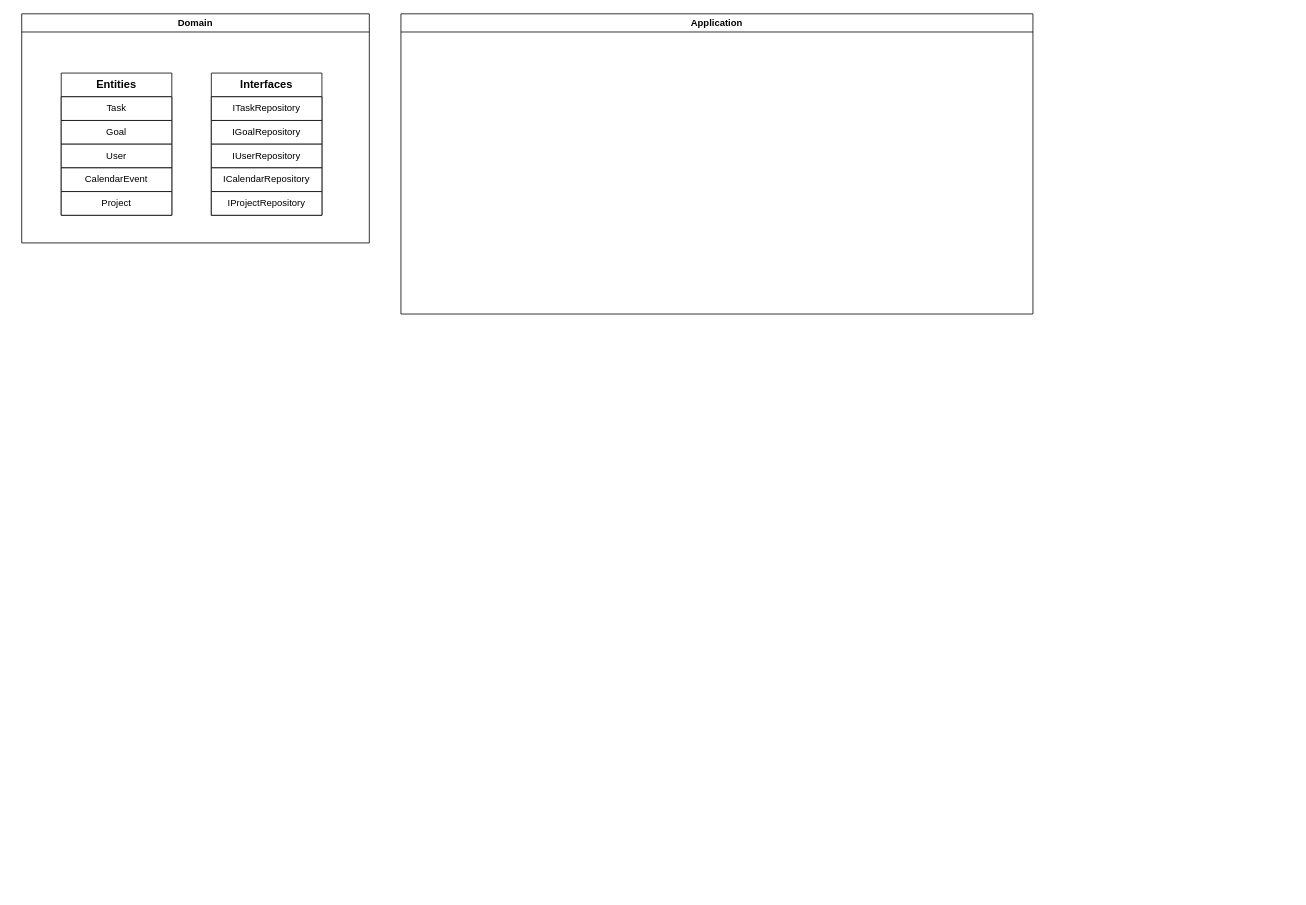
This is Design/ClassDiagram.drawio from mdotpali/ProductivityHub, a draw.io file, before an edit. Source tidied: cells renumbered, new cells numbered last; positions are measured from the earlier drawing's top-left corner, leaving out a move shared by most shapes. Both pictures are drawn from the tidied source at 79%, with x=0, y=0 at pixel (21, 13).
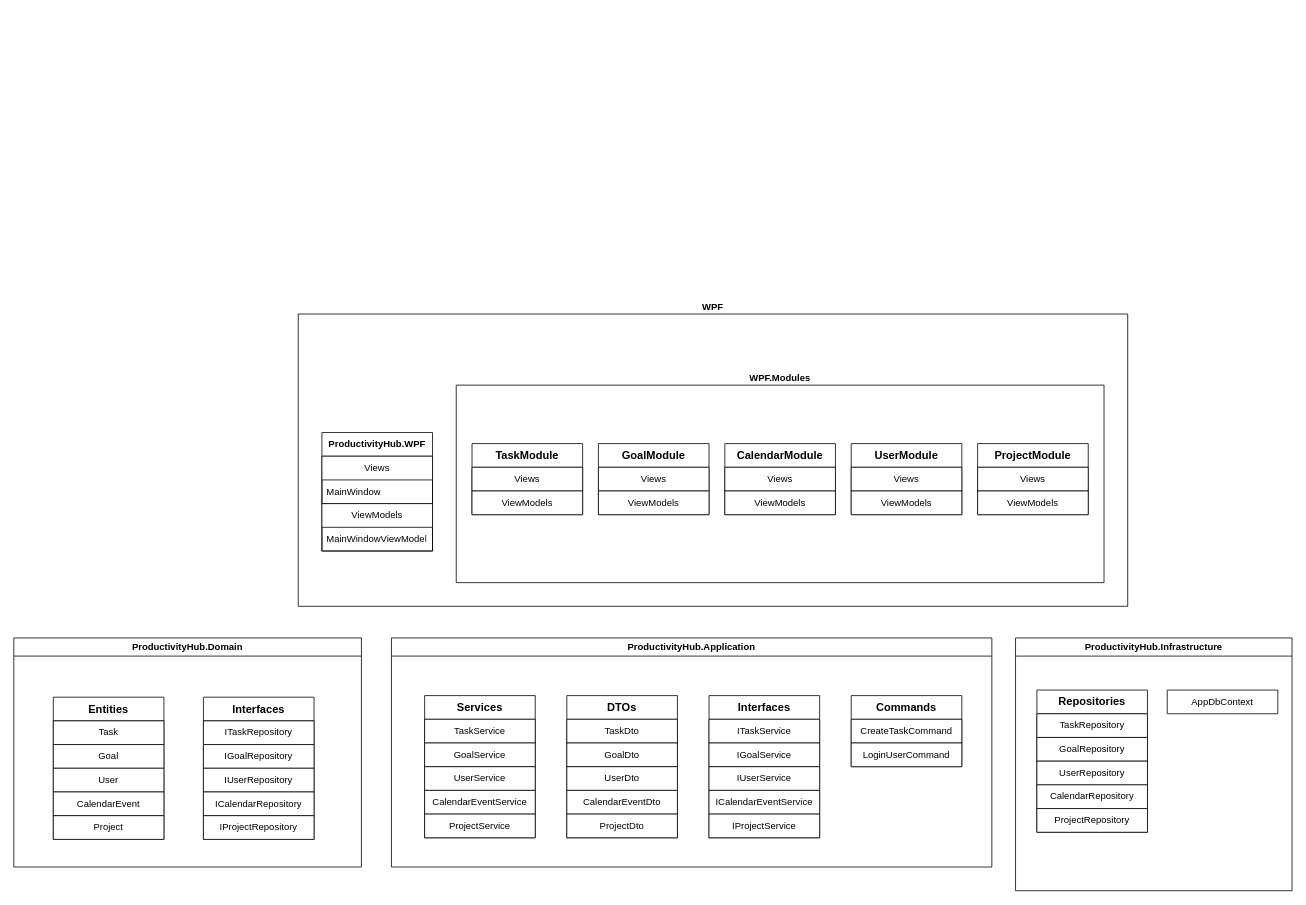
After the change.

Change to the diagram source:
```diff
@@
-    <mxCell id="2" value="Domain" style="swimlane;whiteSpace=wrap;html=1;" parent="1" vertex="1">
-      <mxGeometry width="440" height="290" as="geometry" />
+    <mxCell id="2" value="ProductivityHub.Domain" style="swimlane;whiteSpace=wrap;html=1;" parent="1" vertex="1">
+      <mxGeometry x="-10" y="790" width="440" height="290" as="geometry" />
     </mxCell>
@@
-    <mxCell id="15" value="Application" style="swimlane;whiteSpace=wrap;html=1;" parent="1" vertex="1">
-      <mxGeometry x="480" width="800" height="380" as="geometry" />
+    <mxCell id="15" value="ProductivityHub.Application" style="swimlane;whiteSpace=wrap;html=1;" parent="1" vertex="1">
+      <mxGeometry x="468" y="790" width="760" height="290" as="geometry" />
     </mxCell>
+    <mxCell id="16" value="&lt;font style=&quot;font-size: 14px;&quot;&gt;&lt;b&gt;Services&lt;/b&gt;&lt;/font&gt;" style="swimlane;fontStyle=0;horizontal=1;startSize=30;whiteSpace=wrap;html=1;" parent="15" vertex="1">
+      <mxGeometry x="42" y="73" width="140" height="180" as="geometry" />
+    </mxCell>
+    <mxCell id="17" value="TaskService" style="swimlane;fontStyle=0;horizontal=1;startSize=30;whiteSpace=wrap;html=1;" parent="16" vertex="1" collapsed="1">
+      <mxGeometry y="30" width="140" height="30" as="geometry" />
+    </mxCell>
+    <mxCell id="18" value="GoalService" style="swimlane;fontStyle=0;horizontal=1;startSize=30;whiteSpace=wrap;html=1;" parent="16" vertex="1" collapsed="1">
+      <mxGeometry y="60" width="140" height="30" as="geometry" />
+    </mxCell>
+    <mxCell id="19" value="UserService" style="swimlane;fontStyle=0;horizontal=1;startSize=30;whiteSpace=wrap;html=1;" parent="16" vertex="1" collapsed="1">
+      <mxGeometry y="90" width="140" height="30" as="geometry" />
+    </mxCell>
+    <mxCell id="20" value="CalendarEventService" style="swimlane;fontStyle=0;horizontal=1;startSize=30;whiteSpace=wrap;html=1;" parent="16" vertex="1" collapsed="1">
+      <mxGeometry y="120" width="140" height="30" as="geometry" />
+    </mxCell>
+    <mxCell id="21" value="ProjectService" style="swimlane;fontStyle=0;horizontal=1;startSize=30;whiteSpace=wrap;html=1;" parent="16" vertex="1" collapsed="1">
+      <mxGeometry y="150" width="140" height="30" as="geometry" />
+    </mxCell>
+    <mxCell id="22" value="&lt;font style=&quot;font-size: 14px;&quot;&gt;&lt;b&gt;DTOs&lt;/b&gt;&lt;/font&gt;" style="swimlane;fontStyle=0;horizontal=1;startSize=30;whiteSpace=wrap;html=1;" parent="15" vertex="1">
+      <mxGeometry x="222" y="73" width="140" height="180" as="geometry" />
+    </mxCell>
+    <mxCell id="23" value="TaskDto" style="swimlane;fontStyle=0;horizontal=1;startSize=30;whiteSpace=wrap;html=1;" parent="22" vertex="1" collapsed="1">
+      <mxGeometry y="30" width="140" height="30" as="geometry" />
+    </mxCell>
+    <mxCell id="24" value="GoalDto" style="swimlane;fontStyle=0;horizontal=1;startSize=30;whiteSpace=wrap;html=1;" parent="22" vertex="1" collapsed="1">
+      <mxGeometry y="60" width="140" height="30" as="geometry" />
+    </mxCell>
+    <mxCell id="25" value="UserDto" style="swimlane;fontStyle=0;horizontal=1;startSize=30;whiteSpace=wrap;html=1;" parent="22" vertex="1" collapsed="1">
+      <mxGeometry y="90" width="140" height="30" as="geometry" />
+    </mxCell>
+    <mxCell id="26" value="CalendarEventDto" style="swimlane;fontStyle=0;horizontal=1;startSize=30;whiteSpace=wrap;html=1;" parent="22" vertex="1" collapsed="1">
+      <mxGeometry y="120" width="140" height="30" as="geometry" />
+    </mxCell>
+    <mxCell id="27" value="ProjectDto" style="swimlane;fontStyle=0;horizontal=1;startSize=30;whiteSpace=wrap;html=1;" parent="22" vertex="1" collapsed="1">
+      <mxGeometry y="150" width="140" height="30" as="geometry" />
+    </mxCell>
+    <mxCell id="28" value="&lt;font style=&quot;font-size: 14px;&quot;&gt;&lt;b&gt;Interfaces&lt;/b&gt;&lt;/font&gt;" style="swimlane;fontStyle=0;horizontal=1;startSize=30;whiteSpace=wrap;html=1;" parent="15" vertex="1">
+      <mxGeometry x="402" y="73" width="140" height="180" as="geometry" />
+    </mxCell>
+    <mxCell id="29" value="ITaskService" style="swimlane;fontStyle=0;horizontal=1;startSize=30;whiteSpace=wrap;html=1;" parent="28" vertex="1" collapsed="1">
+      <mxGeometry y="30" width="140" height="30" as="geometry" />
+    </mxCell>
+    <mxCell id="30" value="IGoalService" style="swimlane;fontStyle=0;horizontal=1;startSize=30;whiteSpace=wrap;html=1;" parent="28" vertex="1" collapsed="1">
+      <mxGeometry y="60" width="140" height="30" as="geometry" />
+    </mxCell>
+    <mxCell id="31" value="IUserService" style="swimlane;fontStyle=0;horizontal=1;startSize=30;whiteSpace=wrap;html=1;" parent="28" vertex="1" collapsed="1">
+      <mxGeometry y="90" width="140" height="30" as="geometry" />
+    </mxCell>
+    <mxCell id="32" value="ICalendarEventService" style="swimlane;fontStyle=0;horizontal=1;startSize=30;whiteSpace=wrap;html=1;" parent="28" vertex="1" collapsed="1">
+      <mxGeometry y="120" width="140" height="30" as="geometry" />
+    </mxCell>
+    <mxCell id="33" value="IProjectService" style="swimlane;fontStyle=0;horizontal=1;startSize=30;whiteSpace=wrap;html=1;" parent="28" vertex="1" collapsed="1">
+      <mxGeometry y="150" width="140" height="30" as="geometry" />
+    </mxCell>
+    <mxCell id="34" value="&lt;font style=&quot;font-size: 14px;&quot;&gt;&lt;b&gt;Commands&lt;/b&gt;&lt;/font&gt;" style="swimlane;fontStyle=0;horizontal=1;startSize=30;whiteSpace=wrap;html=1;" parent="15" vertex="1">
+      <mxGeometry x="582" y="73" width="140" height="90" as="geometry" />
+    </mxCell>
+    <mxCell id="35" value="CreateTaskCommand" style="swimlane;fontStyle=0;horizontal=1;startSize=30;whiteSpace=wrap;html=1;" parent="34" vertex="1" collapsed="1">
+      <mxGeometry y="30" width="140" height="30" as="geometry" />
+    </mxCell>
+    <mxCell id="36" value="LoginUserCommand" style="swimlane;fontStyle=0;horizontal=1;startSize=30;whiteSpace=wrap;html=1;" parent="34" vertex="1" collapsed="1">
+      <mxGeometry y="60" width="140" height="30" as="geometry" />
+    </mxCell>
+    <mxCell id="37" value="ProductivityHub.Infrastructure" style="swimlane;whiteSpace=wrap;html=1;" parent="1" vertex="1">
+      <mxGeometry x="1258" y="790" width="350" height="320" as="geometry" />
+    </mxCell>
+    <mxCell id="38" value="&lt;font style=&quot;font-size: 14px;&quot;&gt;&lt;b&gt;Repositories&lt;/b&gt;&lt;/font&gt;" style="swimlane;fontStyle=0;horizontal=1;startSize=30;whiteSpace=wrap;html=1;" parent="37" vertex="1">
+      <mxGeometry x="27" y="66" width="140" height="180" as="geometry" />
+    </mxCell>
+    <mxCell id="39" value="TaskRepository" style="swimlane;fontStyle=0;horizontal=1;startSize=30;whiteSpace=wrap;html=1;" parent="38" vertex="1" collapsed="1">
+      <mxGeometry y="30" width="140" height="30" as="geometry" />
+    </mxCell>
+    <mxCell id="40" value="GoalRepository" style="swimlane;fontStyle=0;horizontal=1;startSize=30;whiteSpace=wrap;html=1;" parent="38" vertex="1" collapsed="1">
+      <mxGeometry y="60" width="140" height="30" as="geometry" />
+    </mxCell>
+    <mxCell id="41" value="UserRepository" style="swimlane;fontStyle=0;horizontal=1;startSize=30;whiteSpace=wrap;html=1;" parent="38" vertex="1" collapsed="1">
+      <mxGeometry y="90" width="140" height="30" as="geometry" />
+    </mxCell>
+    <mxCell id="42" value="CalendarRepository" style="swimlane;fontStyle=0;horizontal=1;startSize=30;whiteSpace=wrap;html=1;" parent="38" vertex="1" collapsed="1">
+      <mxGeometry y="120" width="140" height="30" as="geometry" />
+    </mxCell>
+    <mxCell id="43" value="ProjectRepository" style="swimlane;fontStyle=0;horizontal=1;startSize=30;whiteSpace=wrap;html=1;" parent="38" vertex="1" collapsed="1">
+      <mxGeometry y="150" width="140" height="30" as="geometry" />
+    </mxCell>
+    <mxCell id="44" value="AppDbContext" style="swimlane;fontStyle=0;horizontal=1;startSize=30;whiteSpace=wrap;html=1;" parent="37" vertex="1" collapsed="1">
+      <mxGeometry x="192" y="66" width="140" height="30" as="geometry" />
+    </mxCell>
+    <mxCell id="45" value="WPF.Modules" style="swimlane;startSize=0;labelPosition=center;verticalLabelPosition=top;align=center;verticalAlign=bottom;" parent="1" vertex="1">
+      <mxGeometry x="550" y="470" width="820" height="250" as="geometry" />
+    </mxCell>
+    <mxCell id="46" value="&lt;font style=&quot;font-size: 14px;&quot;&gt;&lt;b&gt;TaskModule&lt;/b&gt;&lt;/font&gt;" style="swimlane;fontStyle=0;horizontal=1;startSize=30;whiteSpace=wrap;html=1;" parent="45" vertex="1">
+      <mxGeometry x="20" y="74" width="140" height="90" as="geometry" />
+    </mxCell>
+    <mxCell id="47" value="Views" style="swimlane;fontStyle=0;horizontal=1;startSize=30;whiteSpace=wrap;html=1;" parent="46" vertex="1" collapsed="1">
+      <mxGeometry y="30" width="140" height="30" as="geometry" />
+    </mxCell>
+    <mxCell id="48" value="ViewModels" style="swimlane;fontStyle=0;horizontal=1;startSize=30;whiteSpace=wrap;html=1;" parent="46" vertex="1" collapsed="1">
+      <mxGeometry y="60" width="140" height="30" as="geometry" />
+    </mxCell>
+    <mxCell id="49" value="&lt;font style=&quot;font-size: 14px;&quot;&gt;&lt;b&gt;GoalModule&lt;/b&gt;&lt;/font&gt;" style="swimlane;fontStyle=0;horizontal=1;startSize=30;whiteSpace=wrap;html=1;" parent="45" vertex="1">
+      <mxGeometry x="180" y="74" width="140" height="90" as="geometry" />
+    </mxCell>
+    <mxCell id="50" value="Views" style="swimlane;fontStyle=0;horizontal=1;startSize=30;whiteSpace=wrap;html=1;" parent="49" vertex="1" collapsed="1">
+      <mxGeometry y="30" width="140" height="30" as="geometry" />
+    </mxCell>
+    <mxCell id="51" value="ViewModels" style="swimlane;fontStyle=0;horizontal=1;startSize=30;whiteSpace=wrap;html=1;" parent="49" vertex="1" collapsed="1">
+      <mxGeometry y="60" width="140" height="30" as="geometry" />
+    </mxCell>
+    <mxCell id="52" value="&lt;font style=&quot;font-size: 14px;&quot;&gt;&lt;b&gt;CalendarModule&lt;/b&gt;&lt;/font&gt;" style="swimlane;fontStyle=0;horizontal=1;startSize=30;whiteSpace=wrap;html=1;" parent="45" vertex="1">
+      <mxGeometry x="340" y="74" width="140" height="90" as="geometry" />
+    </mxCell>
+    <mxCell id="53" value="Views" style="swimlane;fontStyle=0;horizontal=1;startSize=30;whiteSpace=wrap;html=1;" parent="52" vertex="1" collapsed="1">
+      <mxGeometry y="30" width="140" height="30" as="geometry" />
+    </mxCell>
+    <mxCell id="54" value="ViewModels" style="swimlane;fontStyle=0;horizontal=1;startSize=30;whiteSpace=wrap;html=1;" parent="52" vertex="1" collapsed="1">
+      <mxGeometry y="60" width="140" height="30" as="geometry" />
+    </mxCell>
+    <mxCell id="55" value="&lt;font style=&quot;font-size: 14px;&quot;&gt;&lt;b&gt;UserModule&lt;/b&gt;&lt;/font&gt;" style="swimlane;fontStyle=0;horizontal=1;startSize=30;whiteSpace=wrap;html=1;" parent="45" vertex="1">
+      <mxGeometry x="500" y="74" width="140" height="90" as="geometry" />
+    </mxCell>
+    <mxCell id="56" value="Views" style="swimlane;fontStyle=0;horizontal=1;startSize=30;whiteSpace=wrap;html=1;" parent="55" vertex="1" collapsed="1">
+      <mxGeometry y="30" width="140" height="30" as="geometry" />
+    </mxCell>
+    <mxCell id="57" value="ViewModels" style="swimlane;fontStyle=0;horizontal=1;startSize=30;whiteSpace=wrap;html=1;" parent="55" vertex="1" collapsed="1">
+      <mxGeometry y="60" width="140" height="30" as="geometry" />
+    </mxCell>
+    <mxCell id="58" value="&lt;font style=&quot;font-size: 14px;&quot;&gt;&lt;b&gt;ProjectModule&lt;/b&gt;&lt;/font&gt;" style="swimlane;fontStyle=0;horizontal=1;startSize=30;whiteSpace=wrap;html=1;" parent="45" vertex="1">
+      <mxGeometry x="660" y="74" width="140" height="90" as="geometry" />
+    </mxCell>
+    <mxCell id="59" value="Views" style="swimlane;fontStyle=0;horizontal=1;startSize=30;whiteSpace=wrap;html=1;" parent="58" vertex="1" collapsed="1">
+      <mxGeometry y="30" width="140" height="30" as="geometry" />
+    </mxCell>
+    <mxCell id="60" value="ViewModels" style="swimlane;fontStyle=0;horizontal=1;startSize=30;whiteSpace=wrap;html=1;" parent="58" vertex="1" collapsed="1">
+      <mxGeometry y="60" width="140" height="30" as="geometry" />
+    </mxCell>
+    <mxCell id="61" value="&lt;span style=&quot;font-weight: 700;&quot;&gt;ProductivityHub.WPF&lt;/span&gt;" style="swimlane;fontStyle=0;horizontal=1;startSize=30;whiteSpace=wrap;html=1;" parent="1" vertex="1">
+      <mxGeometry x="380" y="530" width="140" height="150" as="geometry" />
+    </mxCell>
+    <mxCell id="62" value="Views" style="swimlane;fontStyle=0;horizontal=1;startSize=30;whiteSpace=wrap;html=1;" parent="61" vertex="1">
+      <mxGeometry y="30" width="140" height="60" as="geometry" />
+    </mxCell>
+    <mxCell id="63" value="MainWindow" style="text;strokeColor=none;fillColor=none;align=left;verticalAlign=middle;spacingLeft=4;spacingRight=4;overflow=hidden;whiteSpace=wrap;html=1;" parent="62" vertex="1">
+      <mxGeometry y="30" width="140" height="30" as="geometry" />
+    </mxCell>
+    <mxCell id="64" value="ViewModels" style="swimlane;fontStyle=0;horizontal=1;startSize=30;whiteSpace=wrap;html=1;" parent="61" vertex="1">
+      <mxGeometry y="90" width="140" height="60" as="geometry" />
+    </mxCell>
+    <mxCell id="65" value="&lt;span style=&quot;text-align: center;&quot;&gt;MainWindowViewModel&lt;/span&gt;" style="text;strokeColor=none;fillColor=none;align=left;verticalAlign=middle;spacingLeft=4;spacingRight=4;overflow=hidden;whiteSpace=wrap;html=1;" parent="64" vertex="1">
+      <mxGeometry y="30" width="140" height="30" as="geometry" />
+    </mxCell>
+    <mxCell id="66" value="WPF" style="swimlane;startSize=0;labelPosition=center;verticalLabelPosition=top;align=center;verticalAlign=bottom;" parent="1" vertex="1">
+      <mxGeometry x="350" y="380" width="1050" height="370" as="geometry" />
+    </mxCell>
```
